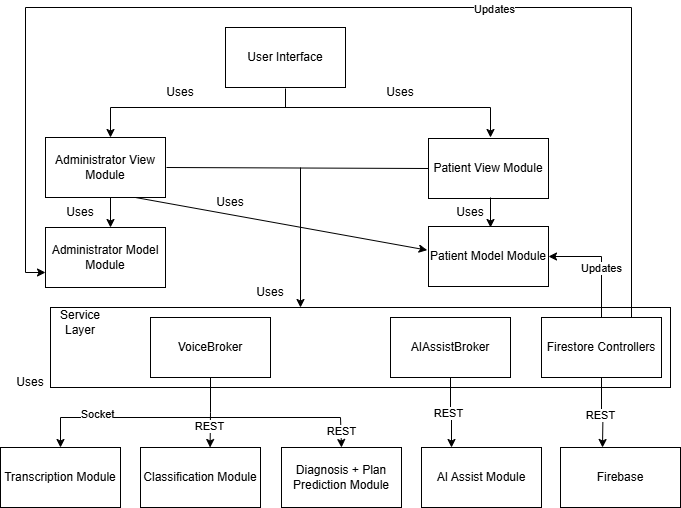
Before: docs/Design/SoftArchitecture/user-hierarchy.png, a diagram exported from draw.io (PKALXI/RapidCare). Source tidied: cells renumbered, new cells last; positions are measured from the earlier drawing's top-left corner, leaving out a move shared by most shapes.
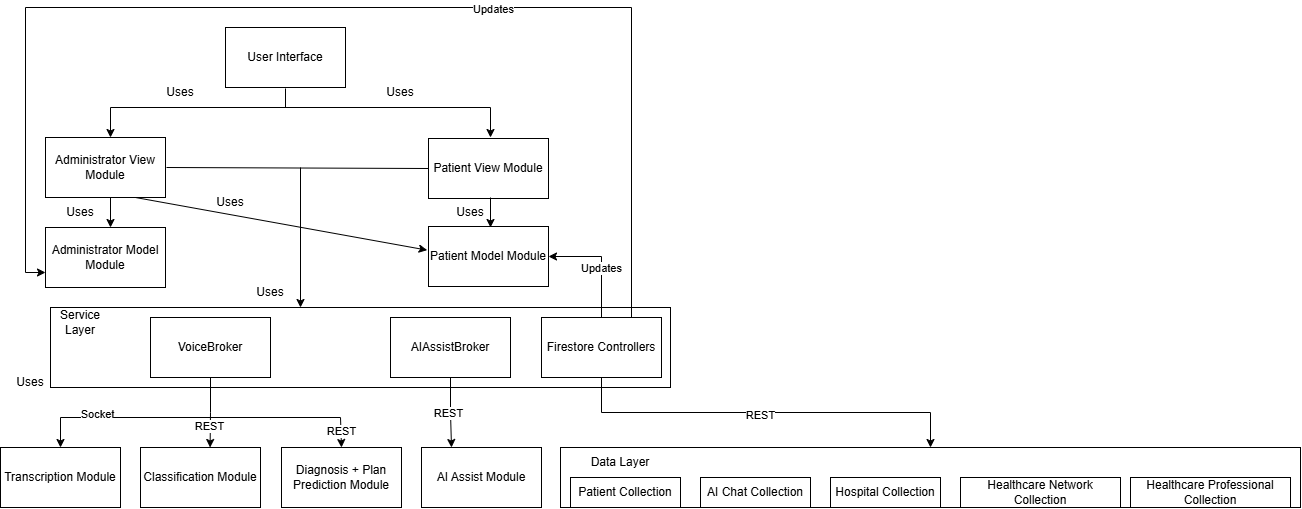
After the change.

The edit, as a diff of the source:
```diff
@@ -102,8 +102,8 @@
     <mxCell id="27" value="Uses" style="text;html=1;align=center;verticalAlign=middle;whiteSpace=wrap;rounded=0;" parent="1" vertex="1">
       <mxGeometry x="440" y="190" width="60" height="30" as="geometry" />
     </mxCell>
-    <mxCell id="28" value="Firebase" style="rounded=0;whiteSpace=wrap;html=1;" parent="1" vertex="1">
-      <mxGeometry x="560" y="440" width="120" height="60" as="geometry" />
+    <mxCell id="28" style="rounded=0;whiteSpace=wrap;html=1;" parent="1" vertex="1">
+      <mxGeometry x="560" y="440" width="740" height="60" as="geometry" />
     </mxCell>
     <mxCell id="29" value="VoiceBroker" style="rounded=0;whiteSpace=wrap;html=1;" parent="1" vertex="1">
       <mxGeometry x="150" y="310" width="120" height="60" as="geometry" />
@@ -143,10 +143,8 @@
     <mxCell id="38" value="Service Layer" style="text;html=1;align=center;verticalAlign=middle;whiteSpace=wrap;rounded=0;" parent="1" vertex="1">
       <mxGeometry x="50" y="300" width="60" height="30" as="geometry" />
     </mxCell>
-    <mxCell id="39" style="edgeStyle=orthogonalEdgeStyle;rounded=0;jettySize=auto;html=1;" parent="1" edge="1" source="37">
-      <mxGeometry relative="1" as="geometry">
-        <mxPoint x="602" y="440" as="targetPoint" />
-      </mxGeometry>
+    <mxCell id="39" style="edgeStyle=orthogonalEdgeStyle;rounded=0;jettySize=auto;html=1;entryX=0.5;entryY=0;entryDx=0;entryDy=0;" parent="1" edge="1" source="37" target="28">
+      <mxGeometry relative="1" as="geometry" />
     </mxCell>
     <mxCell id="40" value="REST" style="edgeLabel;html=1;align=center;verticalAlign=middle;" parent="39" vertex="1">
       <mxGeometry x="-0.02" y="-3" relative="1" as="geometry">
@@ -181,5 +179,23 @@
     <mxCell id="47" value="REST" style="edgeLabel;html=1;align=center;verticalAlign=middle;" parent="46" vertex="1">
       <mxGeometry x="-0.08" relative="1" as="geometry" />
     </mxCell>
+    <mxCell id="48" value="Patient Collection" style="rounded=0;whiteSpace=wrap;html=1;" parent="1" vertex="1">
+      <mxGeometry x="570" y="470" width="110" height="30" as="geometry" />
+    </mxCell>
+    <mxCell id="49" value="AI Chat Collection" style="rounded=0;whiteSpace=wrap;html=1;" parent="1" vertex="1">
+      <mxGeometry x="700" y="470" width="110" height="30" as="geometry" />
+    </mxCell>
+    <mxCell id="50" value="Hospital Collection" style="rounded=0;whiteSpace=wrap;html=1;" parent="1" vertex="1">
+      <mxGeometry x="830" y="470" width="110" height="30" as="geometry" />
+    </mxCell>
+    <mxCell id="51" value="Healthcare Network Collection" style="rounded=0;whiteSpace=wrap;html=1;" parent="1" vertex="1">
+      <mxGeometry x="960" y="470" width="160" height="30" as="geometry" />
+    </mxCell>
+    <mxCell id="52" value="Healthcare Professional Collection" style="rounded=0;whiteSpace=wrap;html=1;" parent="1" vertex="1">
+      <mxGeometry x="1130" y="470" width="160" height="30" as="geometry" />
+    </mxCell>
+    <mxCell id="53" value="Data Layer" style="text;html=1;align=center;verticalAlign=middle;whiteSpace=wrap;rounded=0;" parent="1" vertex="1">
+      <mxGeometry x="570" y="440" width="100" height="30" as="geometry" />
+    </mxCell>
   </root>
 </mxGraphModel>
```
